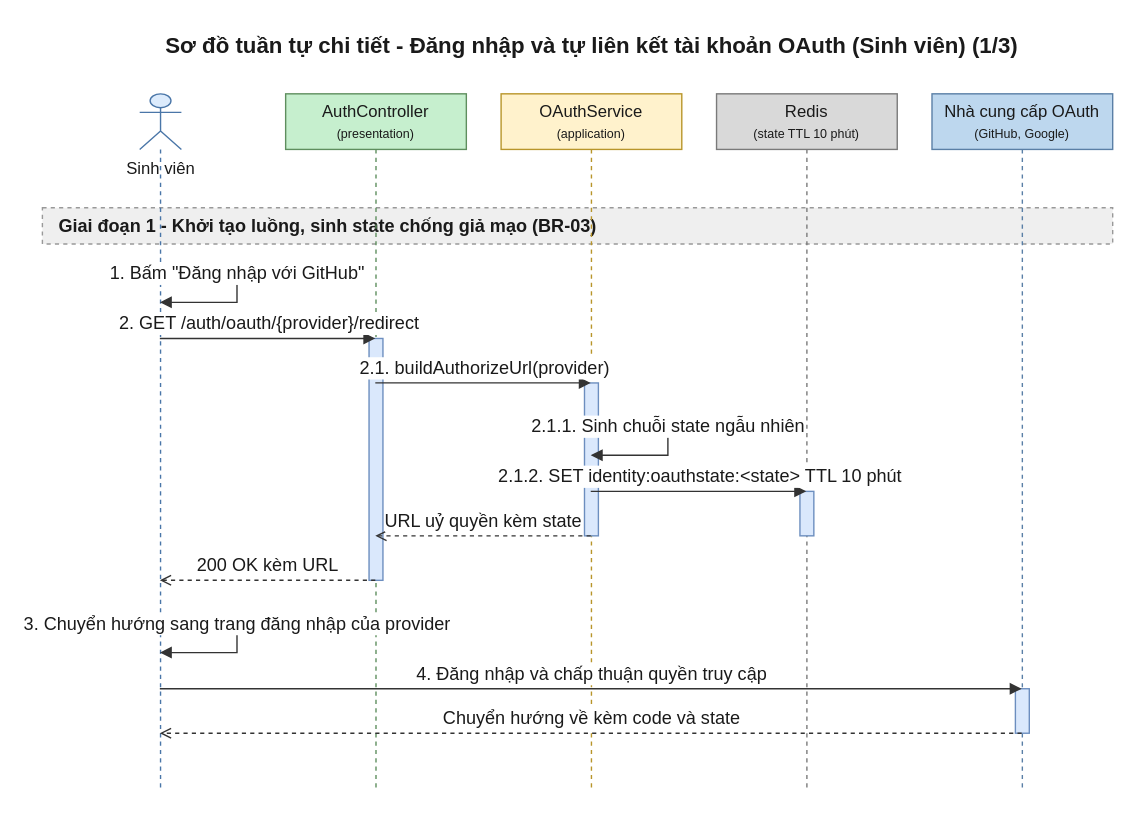
Above: 08-diagram/sequence/user/sequence_user_lien_ket_oauth_p1.drawio in daiphu1801/PRJ_ALGOPREP (draw.io), before the change. Source tidied: cells renumbered, new cells numbered last; positions are measured from the earlier drawing's top-left corner, leaving out a move shared by most shapes. Both pictures are drawn from the tidied source at 139%, with x=0, y=0 at pixel (42, 24).
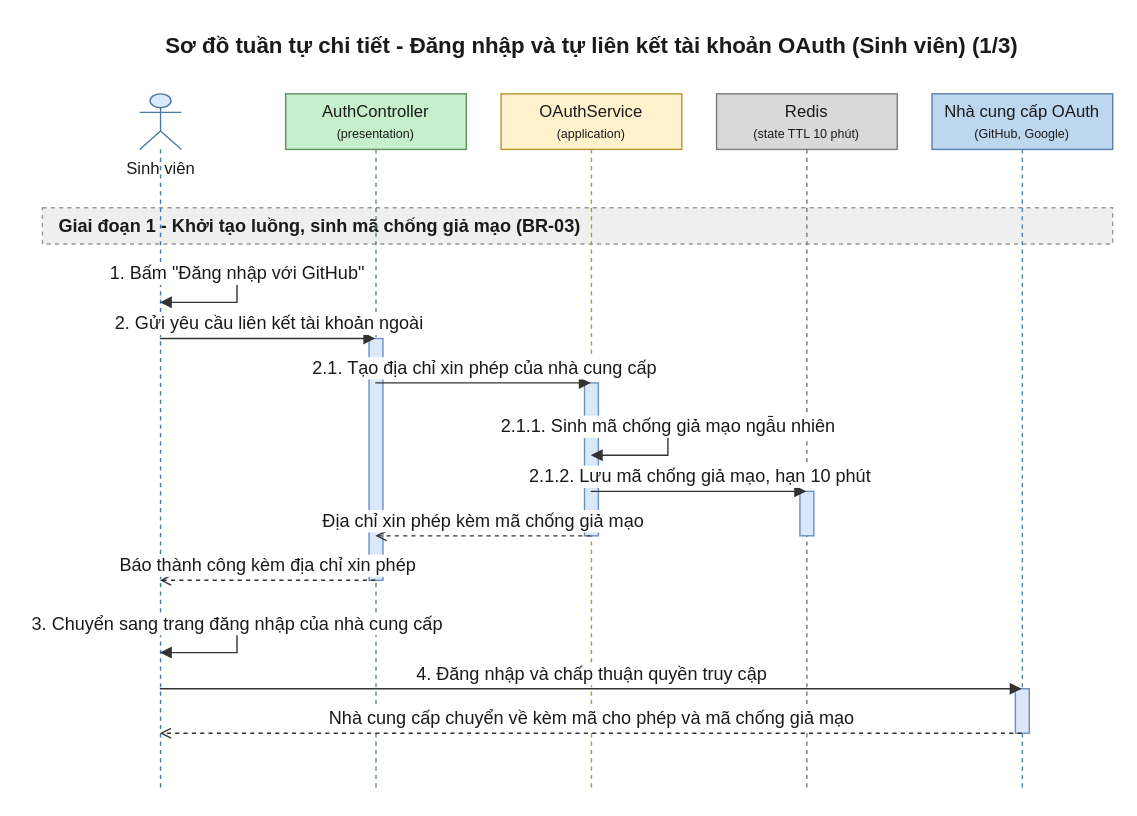
The same diagram, later.

Unchanged cells that the change refers to:
```xml
<mxCell id="4" value="Sinh viên" style="shape=umlLifeline;participant=umlActor;perimeter=lifelinePerimeter;html=1;outlineConnect=0;size=40;verticalAlign=top;spacingTop=40;fillColor=#DCEBFC;strokeColor=#4A76A8;fontColor=#1A1A1A;" parent="1" vertex="1">
  <mxGeometry x="70" y="50" width="30" height="502" as="geometry" />
</mxCell>
<mxCell id="5" value="AuthController&lt;br&gt;&lt;font style=&quot;font-size:9px&quot;&gt;(presentation)&lt;/font&gt;" style="shape=umlLifeline;perimeter=lifelinePerimeter;whiteSpace=wrap;html=1;outlineConnect=0;size=40;fillColor=#C6EFCE;strokeColor=#5E8E5E;fontColor=#1A1A1A;" parent="1" vertex="1">
  <mxGeometry x="175" y="50" width="130" height="502" as="geometry" />
</mxCell>
<mxCell id="6" value="OAuthService&lt;br&gt;&lt;font style=&quot;font-size:9px&quot;&gt;(application)&lt;/font&gt;" style="shape=umlLifeline;perimeter=lifelinePerimeter;whiteSpace=wrap;html=1;outlineConnect=0;size=40;fillColor=#FFF2CC;strokeColor=#B8952A;fontColor=#1A1A1A;" parent="1" vertex="1">
  <mxGeometry x="330" y="50" width="130" height="502" as="geometry" />
</mxCell>
<mxCell id="7" value="Redis&lt;br&gt;&lt;font style=&quot;font-size:9px&quot;&gt;(state TTL 10 phút)&lt;/font&gt;" style="shape=umlLifeline;perimeter=lifelinePerimeter;whiteSpace=wrap;html=1;outlineConnect=0;size=40;fillColor=#D9D9D9;strokeColor=#7A7A7A;fontColor=#1A1A1A;" parent="1" vertex="1">
  <mxGeometry x="485" y="50" width="130" height="502" as="geometry" />
</mxCell>
<mxCell id="8" value="Nhà cung cấp OAuth&lt;br&gt;&lt;font style=&quot;font-size:9px&quot;&gt;(GitHub, Google)&lt;/font&gt;" style="shape=umlLifeline;perimeter=lifelinePerimeter;whiteSpace=wrap;html=1;outlineConnect=0;size=40;fillColor=#BDD7EE;strokeColor=#5A7FA6;fontColor=#1A1A1A;" parent="1" vertex="1">
  <mxGeometry x="640" y="50" width="130" height="502" as="geometry" />
</mxCell>
```

The edit, as a diff of the source:
```diff
@@
-    <mxCell id="3" value="Giai đoạn 1 - Khởi tạo luồng, sinh state chống giả mạo (BR-03)" style="algoprep=phase;rounded=0;whiteSpace=wrap;html=1;fillColor=#EFEFEF;strokeColor=#999999;dashed=1;align=left;verticalAlign=middle;spacingLeft=10;fontColor=#1A1A1A;fontSize=13;fontStyle=1;" parent="1" vertex="1">
+    <mxCell id="3" value="Giai đoạn 1 - Khởi tạo luồng, sinh mã chống giả mạo (BR-03)" style="algoprep=phase;rounded=0;whiteSpace=wrap;html=1;fillColor=#EFEFEF;strokeColor=#999999;dashed=1;align=left;verticalAlign=middle;spacingLeft=10;fontColor=#1A1A1A;fontSize=13;fontStyle=1;" parent="1" vertex="1">
       <mxGeometry y="132" width="770" height="26" as="geometry" />
     </mxCell>
@@
-    <mxCell id="14" value="2. GET /auth/oauth/{provider}/redirect" style="edgeStyle=none;html=1;endArrow=block;endFill=1;strokeColor=#333333;fontColor=#1A1A1A;fontSize=13;verticalAlign=bottom;exitX=0.5;exitY=0.3506;exitDx=0;exitDy=0;entryX=0.5;entryY=0.3506;entryDx=0;entryDy=0;" parent="1" edge="1" source="4" target="5">
+    <mxCell id="14" value="2. Gửi yêu cầu liên kết tài khoản ngoài" style="edgeStyle=none;html=1;endArrow=block;endFill=1;strokeColor=#333333;fontColor=#1A1A1A;fontSize=13;verticalAlign=bottom;exitX=0.5;exitY=0.3506;exitDx=0;exitDy=0;entryX=0.5;entryY=0.3506;entryDx=0;entryDy=0;" parent="1" edge="1" source="4" target="5">
       <mxGeometry relative="1" as="geometry" />
     </mxCell>
-    <mxCell id="15" value="2.1. buildAuthorizeUrl(provider)" style="edgeStyle=none;html=1;endArrow=block;endFill=1;strokeColor=#333333;fontColor=#1A1A1A;fontSize=13;verticalAlign=bottom;exitX=0.5;exitY=0.4143;exitDx=0;exitDy=0;entryX=0.5;entryY=0.4143;entryDx=0;entryDy=0;" parent="1" edge="1" source="5" target="6">
+    <mxCell id="15" value="2.1. Tạo địa chỉ xin phép của nhà cung cấp" style="edgeStyle=none;html=1;endArrow=block;endFill=1;strokeColor=#333333;fontColor=#1A1A1A;fontSize=13;verticalAlign=bottom;exitX=0.5;exitY=0.4143;exitDx=0;exitDy=0;entryX=0.5;entryY=0.4143;entryDx=0;entryDy=0;" parent="1" edge="1" source="5" target="6">
       <mxGeometry relative="1" as="geometry" />
     </mxCell>
-    <mxCell id="16" value="2.1.1. Sinh chuỗi state ngẫu nhiên" style="edgeStyle=orthogonalEdgeStyle;rounded=0;html=1;endArrow=block;endFill=1;strokeColor=#333333;fontColor=#1A1A1A;fontSize=13;verticalAlign=bottom;exitX=0.5;exitY=0.4781;exitDx=0;exitDy=0;entryX=0.5;entryY=0.5179;entryDx=0;entryDy=0;" parent="1" edge="1" source="6" target="6">
+    <mxCell id="16" value="2.1.1. Sinh mã chống giả mạo ngẫu nhiên" style="edgeStyle=orthogonalEdgeStyle;rounded=0;html=1;endArrow=block;endFill=1;strokeColor=#333333;fontColor=#1A1A1A;fontSize=13;verticalAlign=bottom;exitX=0.5;exitY=0.4781;exitDx=0;exitDy=0;entryX=0.5;entryY=0.5179;entryDx=0;entryDy=0;" parent="1" edge="1" source="6" target="6">
       <mxGeometry relative="1" as="geometry">
         <Array as="points">
           <mxPoint x="450" y="290" />
           <mxPoint x="450" y="310" />
         </Array>
       </mxGeometry>
     </mxCell>
-    <mxCell id="17" value="2.1.2. SET identity:oauthstate:&amp;lt;state&amp;gt; TTL 10 phút" style="edgeStyle=none;html=1;endArrow=block;endFill=1;strokeColor=#333333;fontColor=#1A1A1A;fontSize=13;verticalAlign=bottom;exitX=0.5;exitY=0.5697;exitDx=0;exitDy=0;entryX=0.5;entryY=0.5697;entryDx=0;entryDy=0;" parent="1" edge="1" source="6" target="7">
+    <mxCell id="17" value="2.1.2. Lưu mã chống giả mạo, hạn 10 phút" style="edgeStyle=none;html=1;endArrow=block;endFill=1;strokeColor=#333333;fontColor=#1A1A1A;fontSize=13;verticalAlign=bottom;exitX=0.5;exitY=0.5697;exitDx=0;exitDy=0;entryX=0.5;entryY=0.5697;entryDx=0;entryDy=0;" parent="1" edge="1" source="6" target="7">
       <mxGeometry relative="1" as="geometry" />
     </mxCell>
-    <mxCell id="18" value="URL uỷ quyền kèm state" style="edgeStyle=none;html=1;endArrow=open;endFill=0;dashed=1;strokeColor=#333333;fontColor=#1A1A1A;fontSize=13;verticalAlign=bottom;exitX=0.5;exitY=0.6335;exitDx=0;exitDy=0;entryX=0.5;entryY=0.6335;entryDx=0;entryDy=0;" parent="1" edge="1" source="6" target="5">
+    <mxCell id="18" value="Địa chỉ xin phép kèm mã chống giả mạo" style="edgeStyle=none;html=1;endArrow=open;endFill=0;dashed=1;strokeColor=#333333;fontColor=#1A1A1A;fontSize=13;verticalAlign=bottom;exitX=0.5;exitY=0.6335;exitDx=0;exitDy=0;entryX=0.5;entryY=0.6335;entryDx=0;entryDy=0;" parent="1" edge="1" source="6" target="5">
       <mxGeometry relative="1" as="geometry" />
     </mxCell>
-    <mxCell id="19" value="200 OK kèm URL" style="edgeStyle=none;html=1;endArrow=open;endFill=0;dashed=1;strokeColor=#333333;fontColor=#1A1A1A;fontSize=13;verticalAlign=bottom;exitX=0.5;exitY=0.6972;exitDx=0;exitDy=0;entryX=0.5;entryY=0.6972;entryDx=0;entryDy=0;" parent="1" edge="1" source="5" target="4">
+    <mxCell id="19" value="Báo thành công kèm địa chỉ xin phép" style="edgeStyle=none;html=1;endArrow=open;endFill=0;dashed=1;strokeColor=#333333;fontColor=#1A1A1A;fontSize=13;verticalAlign=bottom;exitX=0.5;exitY=0.6972;exitDx=0;exitDy=0;entryX=0.5;entryY=0.6972;entryDx=0;entryDy=0;" parent="1" edge="1" source="5" target="4">
       <mxGeometry relative="1" as="geometry" />
     </mxCell>
-    <mxCell id="20" value="3. Chuyển hướng sang trang đăng nhập của provider" style="edgeStyle=orthogonalEdgeStyle;rounded=0;html=1;endArrow=block;endFill=1;strokeColor=#333333;fontColor=#1A1A1A;fontSize=13;verticalAlign=bottom;exitX=0.5;exitY=0.7610;exitDx=0;exitDy=0;entryX=0.5;entryY=0.8008;entryDx=0;entryDy=0;" parent="1" edge="1" source="4" target="4">
+    <mxCell id="20" value="3. Chuyển sang trang đăng nhập của nhà cung cấp" style="edgeStyle=orthogonalEdgeStyle;rounded=0;html=1;endArrow=block;endFill=1;strokeColor=#333333;fontColor=#1A1A1A;fontSize=13;verticalAlign=bottom;exitX=0.5;exitY=0.7610;exitDx=0;exitDy=0;entryX=0.5;entryY=0.8008;entryDx=0;entryDy=0;" parent="1" edge="1" source="4" target="4">
       <mxGeometry relative="1" as="geometry">
         <Array as="points">
           <mxPoint x="140" y="432" />
           <mxPoint x="140" y="452" />
         </Array>
       </mxGeometry>
     </mxCell>
@@
-    <mxCell id="22" value="Chuyển hướng về kèm code và state" style="edgeStyle=none;html=1;endArrow=open;endFill=0;dashed=1;strokeColor=#333333;fontColor=#1A1A1A;fontSize=13;verticalAlign=bottom;exitX=0.5;exitY=0.9163;exitDx=0;exitDy=0;entryX=0.5;entryY=0.9163;entryDx=0;entryDy=0;" parent="1" edge="1" source="8" target="4">
+    <mxCell id="22" value="Nhà cung cấp chuyển về kèm mã cho phép và mã chống giả mạo" style="edgeStyle=none;html=1;endArrow=open;endFill=0;dashed=1;strokeColor=#333333;fontColor=#1A1A1A;fontSize=13;verticalAlign=bottom;exitX=0.5;exitY=0.9163;exitDx=0;exitDy=0;entryX=0.5;entryY=0.9163;entryDx=0;entryDy=0;" parent="1" edge="1" source="8" target="4">
       <mxGeometry relative="1" as="geometry" />
     </mxCell>
```
